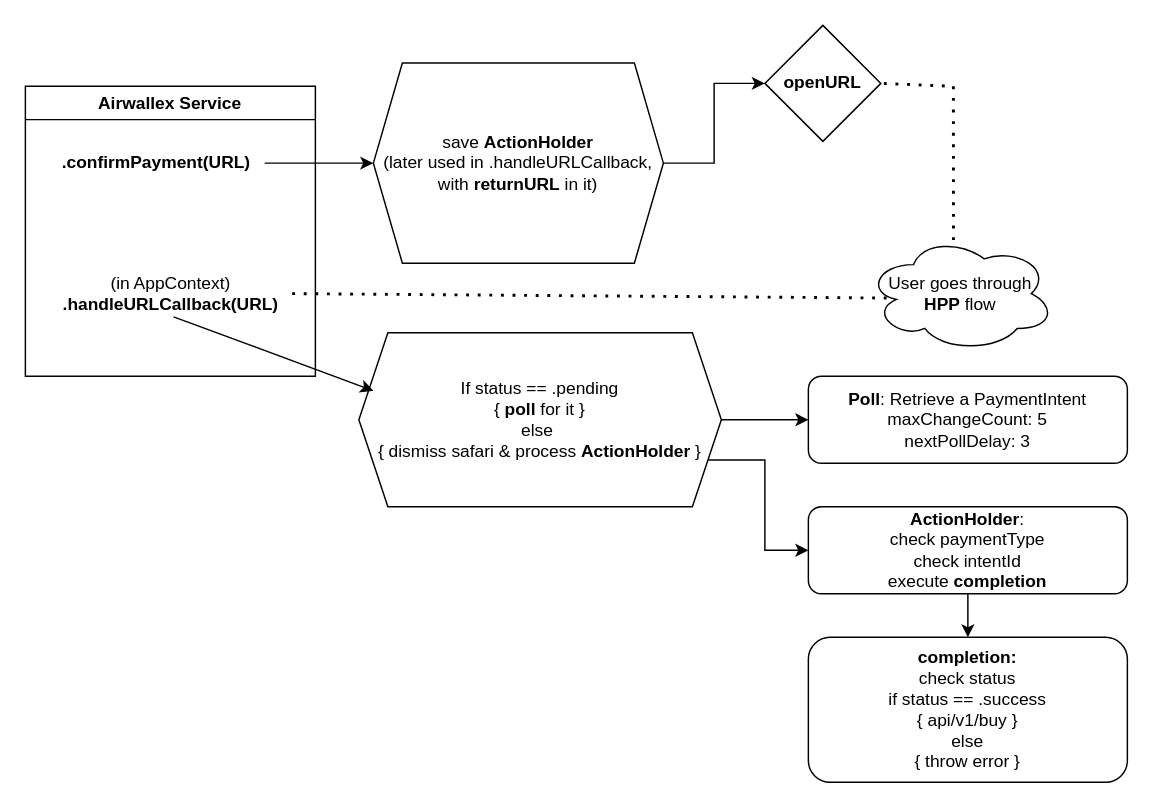
The draw.io diagram Airwallex.drawio in supersun17/Flow-charts, before the edit. Source tidied: cells renumbered, new cells numbered last; positions are measured from the earlier drawing's top-left corner, leaving out a move shared by most shapes. Both pictures are drawn from the tidied source at 145%, with x=0, y=0 at pixel (25, 25).
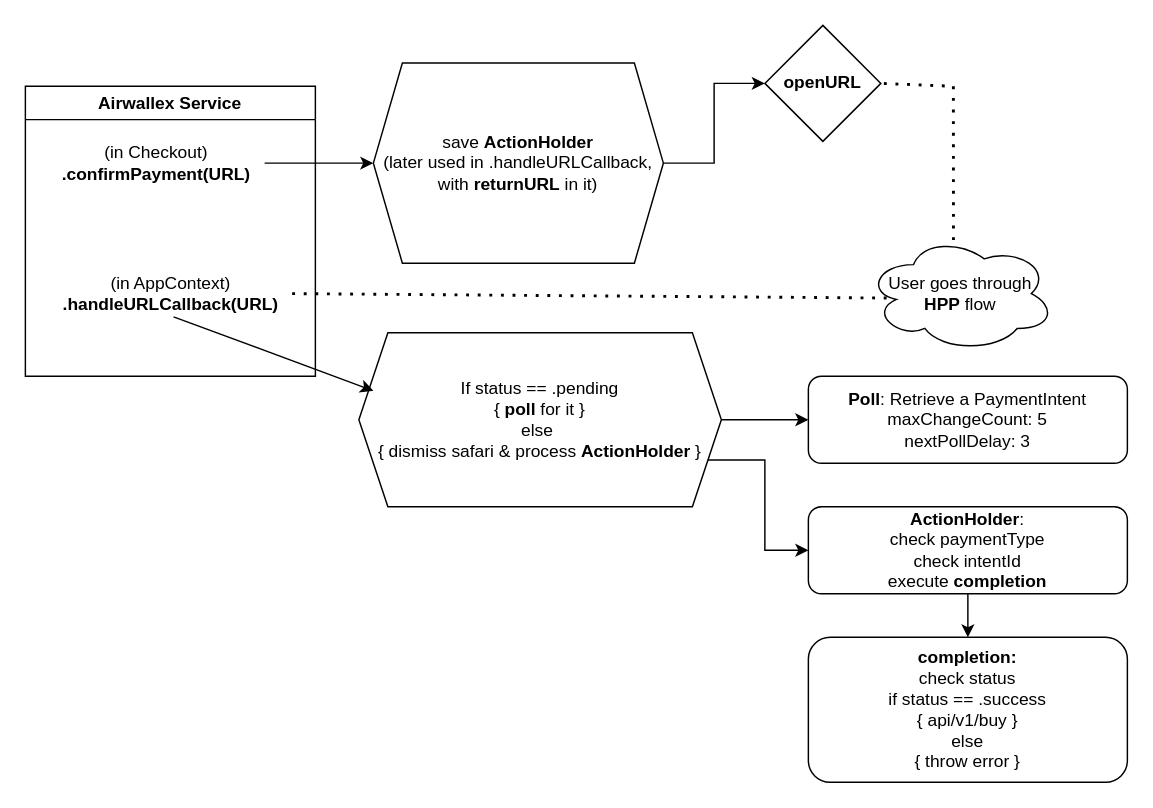
After the change.

Change to the diagram source:
```diff
@@
-    <mxCell id="4" value="&lt;b&gt;.confirmPayment(URL)&lt;/b&gt;" style="text;html=1;align=center;verticalAlign=middle;points=[];strokeColor=none;fillColor=none;" parent="1" vertex="1">
-      <mxGeometry x="15" y="80" width="150" height="30" as="geometry" />
+    <mxCell id="4" value="&lt;div&gt;(in Checkout)&lt;/div&gt;&lt;b&gt;.confirmPayment(URL)&lt;/b&gt;" style="text;html=1;align=center;verticalAlign=middle;points=[];strokeColor=none;fillColor=none;" parent="1" vertex="1">
+      <mxGeometry x="15" y="75" width="150" height="40" as="geometry" />
     </mxCell>
```
